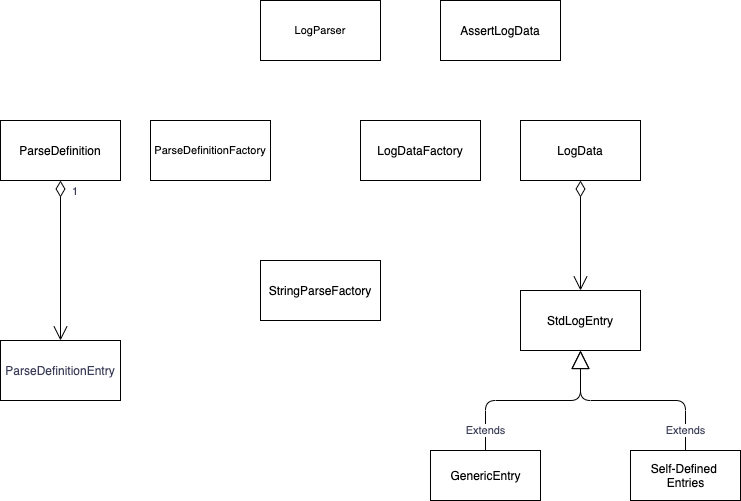
The draw.io diagram diagrams/Log_Parser-Classes.png in adobe/log-parser, before a commit. Source tidied: cells renumbered, new cells last; positions are measured from the earlier drawing's top-left corner, leaving out a move shared by most shapes.
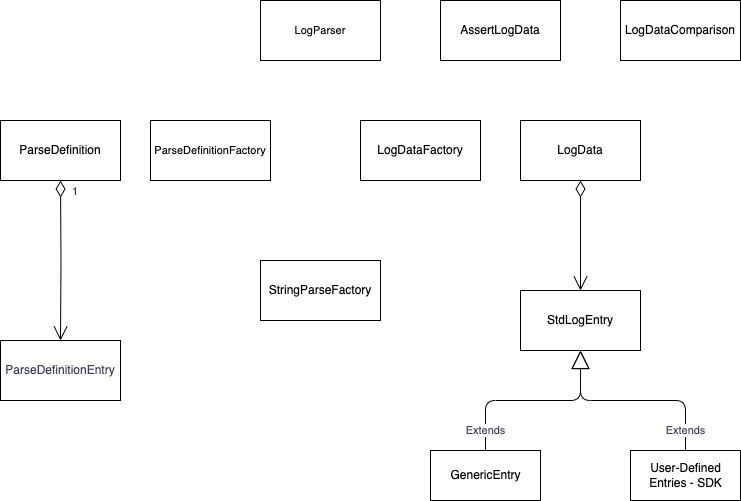
After the commit.

The edit, as a diff of the source:
```diff
@@ -31,7 +31,7 @@
     <mxCell id="10" value="GenericEntry" style="html=1;" parent="1" vertex="1">
       <mxGeometry x="430" y="450" width="110" height="50" as="geometry" />
     </mxCell>
-    <mxCell id="11" value="Self-Defined &lt;br&gt;Entries" style="html=1;" parent="1" vertex="1">
+    <mxCell id="11" value="User-Defined &lt;br&gt;Entries - SDK" style="html=1;" parent="1" vertex="1">
       <mxGeometry x="630" y="450" width="110" height="50" as="geometry" />
     </mxCell>
     <mxCell id="12" value="&lt;span style=&quot;background-color: rgb(255 , 255 , 255)&quot;&gt;Extends&lt;/span&gt;" style="endArrow=block;endSize=16;endFill=0;html=1;exitX=0.5;exitY=0;exitDx=0;exitDy=0;edgeStyle=orthogonalEdgeStyle;labelBackgroundColor=#F4F1DE;fontColor=#393C56;" parent="1" edge="1" source="10">
@@ -55,5 +55,8 @@
     <mxCell id="16" value="AssertLogData" style="rounded=0;whiteSpace=wrap;html=1;" parent="1" vertex="1">
       <mxGeometry x="440" width="120" height="60" as="geometry" />
     </mxCell>
+    <mxCell id="17" value="LogDataComparison" style="rounded=0;whiteSpace=wrap;html=1;" parent="1" vertex="1">
+      <mxGeometry x="620" width="120" height="60" as="geometry" />
+    </mxCell>
   </root>
 </mxGraphModel>
```
